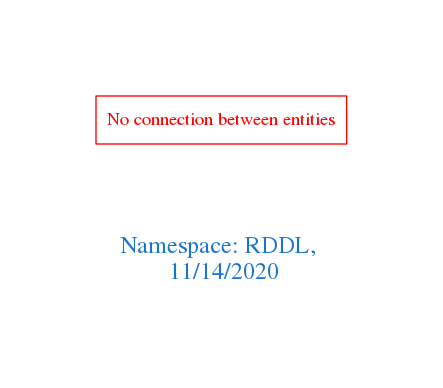
The Graphviz diagram downloads/RDDL.png in arago/OGIT, before a commit. Its source is kept beside it as downloads/RDDL.dot.
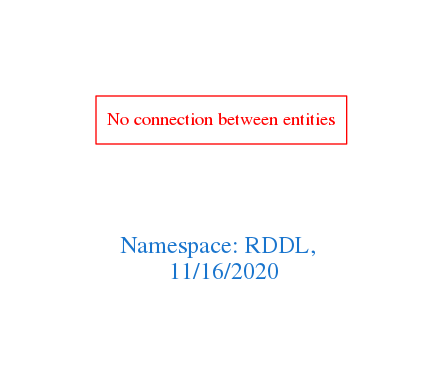
The same diagram one commit later.

The edit, as a diff of the source:
```diff
@@ -1,7 +1,7 @@
 digraph OGIT_ontology {
  graph [ rankdir= LR,pad=1
 fontsize = 18,
-fontcolor= dodgerblue3,label = "\n\n\nNamespace: RDDL, \n 11/14/2020"];
+fontcolor= dodgerblue3,label = "\n\n\nNamespace: RDDL, \n 11/16/2020"];
 node[shape=polygon];
 edge [  color="gray81"];
 
```
